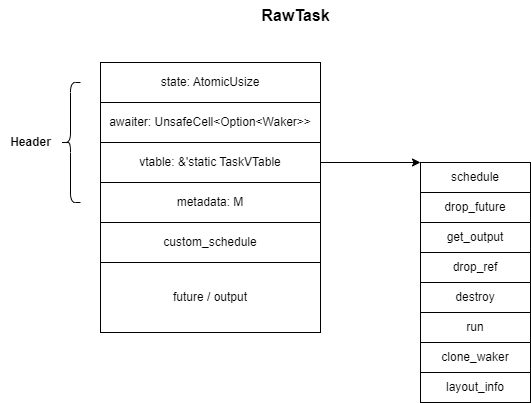
Above: content/blog/2024-12-09-smol-async-runtime/async-task-layout.drawio.png in systemxlabs/systemxlabs.github.io (draw.io), before the change. Source tidied: cells renumbered, new cells last; positions are measured from the earlier drawing's top-left corner, leaving out a move shared by most shapes. Source of this version:
```xml
<mxGraphModel>
  <root>
    <mxCell id="0" />
    <mxCell id="1" parent="0" />
    <mxCell id="2" value="state: AtomicUsize" style="rounded=0;whiteSpace=wrap;html=1;" parent="1" vertex="1">
      <mxGeometry x="100" y="62" width="220" height="40" as="geometry" />
    </mxCell>
    <mxCell id="3" value="awaiter: UnsafeCell&amp;lt;Option&amp;lt;Waker&amp;gt;&amp;gt;" style="rounded=0;whiteSpace=wrap;html=1;" parent="1" vertex="1">
      <mxGeometry x="100" y="102" width="220" height="40" as="geometry" />
    </mxCell>
    <mxCell id="4" value="vtable: &amp;amp;'static TaskVTable" style="rounded=0;whiteSpace=wrap;html=1;" parent="1" vertex="1">
      <mxGeometry x="100" y="142" width="220" height="40" as="geometry" />
    </mxCell>
    <mxCell id="5" value="metadata: M" style="rounded=0;whiteSpace=wrap;html=1;" parent="1" vertex="1">
      <mxGeometry x="100" y="182" width="220" height="40" as="geometry" />
    </mxCell>
    <mxCell id="6" style="shape=curlyBracket;whiteSpace=wrap;html=1;rounded=1;labelPosition=left;verticalLabelPosition=middle;align=right;verticalAlign=middle;" parent="1" vertex="1">
      <mxGeometry x="60" y="82" width="20" height="120" as="geometry" />
    </mxCell>
    <mxCell id="7" value="Header" style="text;html=1;align=center;verticalAlign=middle;strokeColor=none;fillColor=none;fontStyle=1;" parent="1" vertex="1">
      <mxGeometry y="127" width="60" height="30" as="geometry" />
    </mxCell>
    <mxCell id="8" value="custom_schedule" style="rounded=0;whiteSpace=wrap;html=1;" parent="1" vertex="1">
      <mxGeometry x="100" y="222" width="220" height="40" as="geometry" />
    </mxCell>
    <mxCell id="9" value="future / output" style="rounded=0;whiteSpace=wrap;html=1;" parent="1" vertex="1">
      <mxGeometry x="100" y="262" width="220" height="70" as="geometry" />
    </mxCell>
    <mxCell id="10" value="schedule" style="rounded=0;whiteSpace=wrap;html=1;" parent="1" vertex="1">
      <mxGeometry x="420" y="162" width="110" height="30" as="geometry" />
    </mxCell>
    <mxCell id="11" style="endArrow=classic;html=1;rounded=0;exitX=1;exitY=0.5;exitDx=0;exitDy=0;" parent="1" edge="1" source="4">
      <mxGeometry relative="1" as="geometry">
        <mxPoint x="420" y="162" as="targetPoint" />
      </mxGeometry>
    </mxCell>
    <mxCell id="12" value="drop_future" style="rounded=0;whiteSpace=wrap;html=1;" parent="1" vertex="1">
      <mxGeometry x="420" y="192" width="110" height="30" as="geometry" />
    </mxCell>
    <mxCell id="13" value="get_output" style="rounded=0;whiteSpace=wrap;html=1;" parent="1" vertex="1">
      <mxGeometry x="420" y="222" width="110" height="30" as="geometry" />
    </mxCell>
    <mxCell id="14" value="drop_ref" style="rounded=0;whiteSpace=wrap;html=1;" parent="1" vertex="1">
      <mxGeometry x="420" y="252" width="110" height="30" as="geometry" />
    </mxCell>
    <mxCell id="15" value="destroy" style="rounded=0;whiteSpace=wrap;html=1;" parent="1" vertex="1">
      <mxGeometry x="420" y="282" width="110" height="30" as="geometry" />
    </mxCell>
    <mxCell id="16" value="run" style="rounded=0;whiteSpace=wrap;html=1;" parent="1" vertex="1">
      <mxGeometry x="420" y="312" width="110" height="30" as="geometry" />
    </mxCell>
    <mxCell id="17" value="clone_waker" style="rounded=0;whiteSpace=wrap;html=1;" parent="1" vertex="1">
      <mxGeometry x="420" y="342" width="110" height="30" as="geometry" />
    </mxCell>
    <mxCell id="18" value="layout_info" style="rounded=0;whiteSpace=wrap;html=1;" parent="1" vertex="1">
      <mxGeometry x="420" y="372" width="110" height="30" as="geometry" />
    </mxCell>
    <mxCell id="19" value="RawTask" style="text;html=1;align=center;verticalAlign=middle;strokeColor=none;fillColor=none;fontStyle=1;fontSize=16;" parent="1" vertex="1">
      <mxGeometry x="250" width="90" height="30" as="geometry" />
    </mxCell>
  </root>
</mxGraphModel>
```
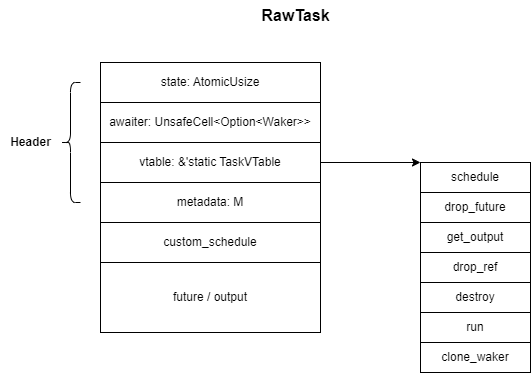
The same diagram one commit later.

Diff of the diagram source:
```diff
@@ -52,9 +52,6 @@
     <mxCell id="17" value="clone_waker" style="rounded=0;whiteSpace=wrap;html=1;" parent="1" vertex="1">
       <mxGeometry x="420" y="342" width="110" height="30" as="geometry" />
     </mxCell>
-    <mxCell id="18" value="layout_info" style="rounded=0;whiteSpace=wrap;html=1;" parent="1" vertex="1">
-      <mxGeometry x="420" y="372" width="110" height="30" as="geometry" />
-    </mxCell>
     <mxCell id="19" value="RawTask" style="text;html=1;align=center;verticalAlign=middle;strokeColor=none;fillColor=none;fontStyle=1;fontSize=16;" parent="1" vertex="1">
       <mxGeometry x="250" width="90" height="30" as="geometry" />
     </mxCell>
```
